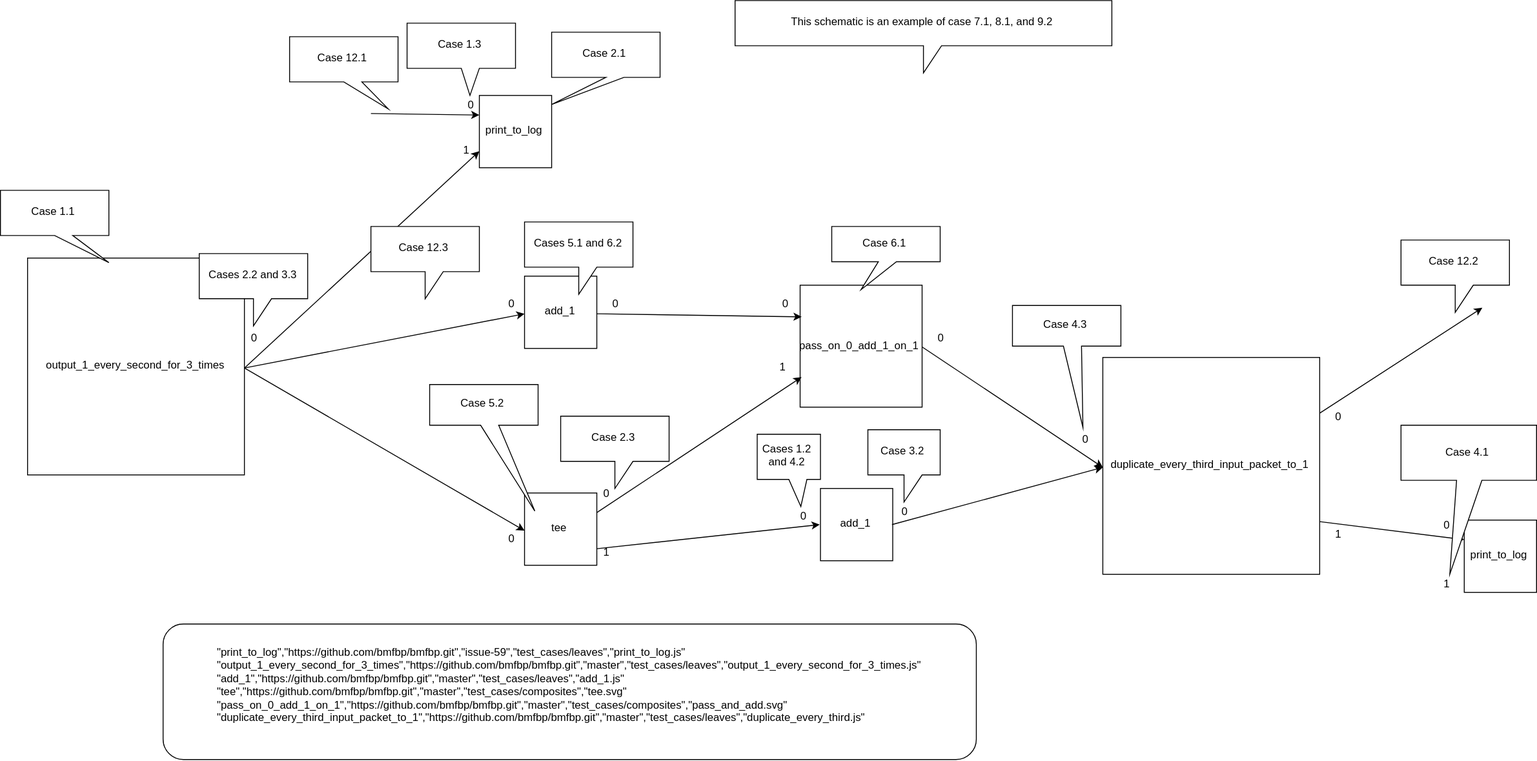
The draw.io diagram svg/js-compiler/test_diagrams/top_level.svg in bmfbp/bmfbp, before a commit. Source tidied: cells renumbered, new cells last; positions are measured from the earlier drawing's top-left corner, leaving out a move shared by most shapes.
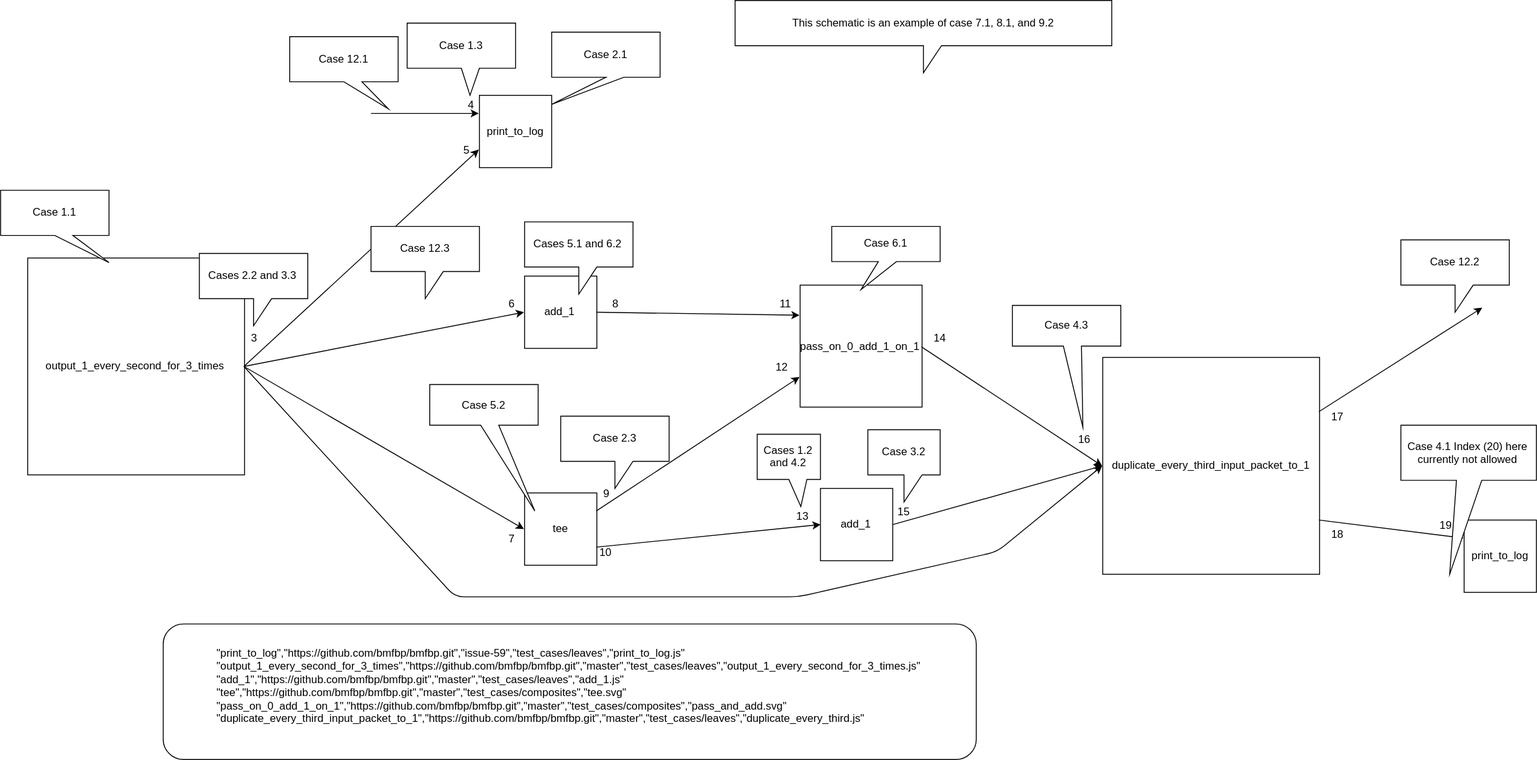
The same diagram one commit later.

Commit message:
added line to make 4 coincident sources and 3 coincident sinks (boundary testing)

What changed in the source:
```diff
@@ -60,49 +60,49 @@
     <mxCell id="19" value="Cases 2.2 and 3.3" style="shape=callout;whiteSpace=wrap;html=1;perimeter=calloutPerimeter;" parent="1" vertex="1">
       <mxGeometry x="220" y="280" width="120" height="80" as="geometry" />
     </mxCell>
-    <mxCell id="20" value="0" style="text;html=1;strokeColor=none;fillColor=none;align=center;verticalAlign=middle;whiteSpace=wrap;rounded=0;" parent="1" vertex="1">
+    <mxCell id="20" value="3" style="text;html=1;strokeColor=none;fillColor=none;align=center;verticalAlign=middle;whiteSpace=wrap;rounded=0;" parent="1" vertex="1">
       <mxGeometry x="260" y="362.5" width="40" height="20" as="geometry" />
     </mxCell>
-    <mxCell id="21" value="0" style="text;html=1;strokeColor=none;fillColor=none;align=center;verticalAlign=middle;whiteSpace=wrap;rounded=0;" parent="1" vertex="1">
+    <mxCell id="21" value="4" style="text;html=1;strokeColor=none;fillColor=none;align=center;verticalAlign=middle;whiteSpace=wrap;rounded=0;" parent="1" vertex="1">
       <mxGeometry x="500" y="105" width="40" height="20" as="geometry" />
     </mxCell>
-    <mxCell id="22" value="1" style="text;html=1;strokeColor=none;fillColor=none;align=center;verticalAlign=middle;whiteSpace=wrap;rounded=0;" parent="1" vertex="1">
+    <mxCell id="22" value="5" style="text;html=1;strokeColor=none;fillColor=none;align=center;verticalAlign=middle;whiteSpace=wrap;rounded=0;" parent="1" vertex="1">
       <mxGeometry x="495" y="155" width="40" height="20" as="geometry" />
     </mxCell>
-    <mxCell id="23" value="0" style="text;html=1;strokeColor=none;fillColor=none;align=center;verticalAlign=middle;whiteSpace=wrap;rounded=0;" parent="1" vertex="1">
+    <mxCell id="23" value="6" style="text;html=1;strokeColor=none;fillColor=none;align=center;verticalAlign=middle;whiteSpace=wrap;rounded=0;" parent="1" vertex="1">
       <mxGeometry x="545" y="325" width="40" height="20" as="geometry" />
     </mxCell>
-    <mxCell id="24" value="0" style="text;html=1;strokeColor=none;fillColor=none;align=center;verticalAlign=middle;whiteSpace=wrap;rounded=0;" parent="1" vertex="1">
+    <mxCell id="24" value="7" style="text;html=1;strokeColor=none;fillColor=none;align=center;verticalAlign=middle;whiteSpace=wrap;rounded=0;" parent="1" vertex="1">
       <mxGeometry x="545" y="585" width="40" height="20" as="geometry" />
     </mxCell>
-    <mxCell id="25" value="0" style="text;html=1;strokeColor=none;fillColor=none;align=center;verticalAlign=middle;whiteSpace=wrap;rounded=0;" parent="1" vertex="1">
+    <mxCell id="25" value="8" style="text;html=1;strokeColor=none;fillColor=none;align=center;verticalAlign=middle;whiteSpace=wrap;rounded=0;" parent="1" vertex="1">
       <mxGeometry x="660" y="325" width="40" height="20" as="geometry" />
     </mxCell>
-    <mxCell id="26" value="0" style="text;html=1;strokeColor=none;fillColor=none;align=center;verticalAlign=middle;whiteSpace=wrap;rounded=0;" parent="1" vertex="1">
+    <mxCell id="26" value="11" style="text;html=1;strokeColor=none;fillColor=none;align=center;verticalAlign=middle;whiteSpace=wrap;rounded=0;" parent="1" vertex="1">
       <mxGeometry x="847.5" y="325" width="40" height="20" as="geometry" />
     </mxCell>
-    <mxCell id="27" value="1" style="text;html=1;strokeColor=none;fillColor=none;align=center;verticalAlign=middle;whiteSpace=wrap;rounded=0;" parent="1" vertex="1">
+    <mxCell id="27" value="12" style="text;html=1;strokeColor=none;fillColor=none;align=center;verticalAlign=middle;whiteSpace=wrap;rounded=0;" parent="1" vertex="1">
       <mxGeometry x="845" y="395" width="40" height="20" as="geometry" />
     </mxCell>
-    <mxCell id="28" value="0" style="text;html=1;strokeColor=none;fillColor=none;align=center;verticalAlign=middle;whiteSpace=wrap;rounded=0;" parent="1" vertex="1">
+    <mxCell id="28" value="13" style="text;html=1;strokeColor=none;fillColor=none;align=center;verticalAlign=middle;whiteSpace=wrap;rounded=0;" parent="1" vertex="1">
       <mxGeometry x="867.5" y="560" width="40" height="20" as="geometry" />
     </mxCell>
-    <mxCell id="29" value="0" style="text;html=1;strokeColor=none;fillColor=none;align=center;verticalAlign=middle;whiteSpace=wrap;rounded=0;" parent="1" vertex="1">
+    <mxCell id="29" value="16" style="text;html=1;strokeColor=none;fillColor=none;align=center;verticalAlign=middle;whiteSpace=wrap;rounded=0;" parent="1" vertex="1">
       <mxGeometry x="1180" y="475" width="40" height="20" as="geometry" />
     </mxCell>
-    <mxCell id="30" value="0" style="text;html=1;strokeColor=none;fillColor=none;align=center;verticalAlign=middle;whiteSpace=wrap;rounded=0;" parent="1" vertex="1">
+    <mxCell id="30" value="17" style="text;html=1;strokeColor=none;fillColor=none;align=center;verticalAlign=middle;whiteSpace=wrap;rounded=0;" parent="1" vertex="1">
       <mxGeometry x="1460" y="450" width="40" height="20" as="geometry" />
     </mxCell>
-    <mxCell id="31" value="0" style="text;html=1;strokeColor=none;fillColor=none;align=center;verticalAlign=middle;whiteSpace=wrap;rounded=0;" parent="1" vertex="1">
+    <mxCell id="31" value="9" style="text;html=1;strokeColor=none;fillColor=none;align=center;verticalAlign=middle;whiteSpace=wrap;rounded=0;" parent="1" vertex="1">
       <mxGeometry x="650" y="535" width="40" height="20" as="geometry" />
     </mxCell>
-    <mxCell id="32" value="1" style="text;html=1;strokeColor=none;fillColor=none;align=center;verticalAlign=middle;whiteSpace=wrap;rounded=0;" parent="1" vertex="1">
+    <mxCell id="32" value="10" style="text;html=1;strokeColor=none;fillColor=none;align=center;verticalAlign=middle;whiteSpace=wrap;rounded=0;" parent="1" vertex="1">
       <mxGeometry x="650" y="600" width="40" height="20" as="geometry" />
     </mxCell>
-    <mxCell id="33" value="0" style="text;html=1;strokeColor=none;fillColor=none;align=center;verticalAlign=middle;whiteSpace=wrap;rounded=0;" parent="1" vertex="1">
+    <mxCell id="33" value="14" style="text;html=1;strokeColor=none;fillColor=none;align=center;verticalAlign=middle;whiteSpace=wrap;rounded=0;" parent="1" vertex="1">
       <mxGeometry x="1020" y="362.5" width="40" height="20" as="geometry" />
     </mxCell>
-    <mxCell id="34" value="0" style="text;html=1;strokeColor=none;fillColor=none;align=center;verticalAlign=middle;whiteSpace=wrap;rounded=0;" parent="1" vertex="1">
+    <mxCell id="34" value="15" style="text;html=1;strokeColor=none;fillColor=none;align=center;verticalAlign=middle;whiteSpace=wrap;rounded=0;" parent="1" vertex="1">
       <mxGeometry x="980" y="555" width="40" height="20" as="geometry" />
     </mxCell>
     <mxCell id="35" value="Case 1.3" style="shape=callout;whiteSpace=wrap;html=1;perimeter=calloutPerimeter;position2=0.58;" parent="1" vertex="1">
@@ -141,7 +141,7 @@
     <mxCell id="46" style="endArrow=classic;html=1;exitX=1;exitY=0.75;exitDx=0;exitDy=0;entryX=0;entryY=0.25;entryDx=0;entryDy=0;" parent="1" edge="1" source="8" target="50">
       <mxGeometry relative="1" as="geometry" />
     </mxCell>
-    <mxCell id="47" value="1" style="text;html=1;strokeColor=none;fillColor=none;align=center;verticalAlign=middle;whiteSpace=wrap;rounded=0;" parent="1" vertex="1">
+    <mxCell id="47" value="18" style="text;html=1;strokeColor=none;fillColor=none;align=center;verticalAlign=middle;whiteSpace=wrap;rounded=0;" parent="1" vertex="1">
       <mxGeometry x="1460" y="580" width="40" height="20" as="geometry" />
     </mxCell>
     <mxCell id="48" value="This schematic is an example of case 7.1, 8.1, and 9.2" style="shape=callout;whiteSpace=wrap;html=1;perimeter=calloutPerimeter;" parent="1" vertex="1">
@@ -153,13 +153,10 @@
     <mxCell id="50" value="print_to_log" style="whiteSpace=wrap;html=1;" parent="1" vertex="1">
       <mxGeometry x="1620" y="575" width="80" height="80" as="geometry" />
     </mxCell>
-    <mxCell id="51" value="0" style="text;html=1;strokeColor=none;fillColor=none;align=center;verticalAlign=middle;whiteSpace=wrap;rounded=0;" parent="1" vertex="1">
+    <mxCell id="51" value="19" style="text;html=1;strokeColor=none;fillColor=none;align=center;verticalAlign=middle;whiteSpace=wrap;rounded=0;" parent="1" vertex="1">
       <mxGeometry x="1580" y="570" width="40" height="20" as="geometry" />
     </mxCell>
-    <mxCell id="52" value="1" style="text;html=1;strokeColor=none;fillColor=none;align=center;verticalAlign=middle;whiteSpace=wrap;rounded=0;" parent="1" vertex="1">
-      <mxGeometry x="1580" y="635" width="40" height="20" as="geometry" />
-    </mxCell>
-    <mxCell id="53" value="Case 4.1" style="shape=callout;whiteSpace=wrap;html=1;perimeter=calloutPerimeter;position2=0.36;base=28;size=104;position=0.41;" parent="1" vertex="1">
+    <mxCell id="53" value="Case 4.1 Index (20) here currently not allowed&lt;br&gt;" style="shape=callout;whiteSpace=wrap;html=1;perimeter=calloutPerimeter;position2=0.36;base=28;size=104;position=0.41;" parent="1" vertex="1">
       <mxGeometry x="1550" y="470" width="150" height="165" as="geometry" />
     </mxCell>
     <mxCell id="54" value="Case 12.3" style="shape=callout;whiteSpace=wrap;html=1;perimeter=calloutPerimeter;" parent="1" vertex="1">
@@ -168,5 +165,14 @@
     <mxCell id="55" value="Case 12.1" style="shape=callout;whiteSpace=wrap;html=1;perimeter=calloutPerimeter;position2=0.91;" parent="1" vertex="1">
       <mxGeometry x="320" y="40" width="120" height="80" as="geometry" />
     </mxCell>
+    <mxCell id="56" style="endArrow=classic;html=1;entryX=0;entryY=0.5;entryDx=0;entryDy=0;exitX=1;exitY=0.5;exitDx=0;exitDy=0;" parent="1" edge="1" source="2" target="8">
+      <mxGeometry relative="1" as="geometry">
+        <Array as="points">
+          <mxPoint x="503" y="660" />
+          <mxPoint x="883" y="660" />
+          <mxPoint x="1103" y="610" />
+        </Array>
+      </mxGeometry>
+    </mxCell>
   </root>
 </mxGraphModel>
```
